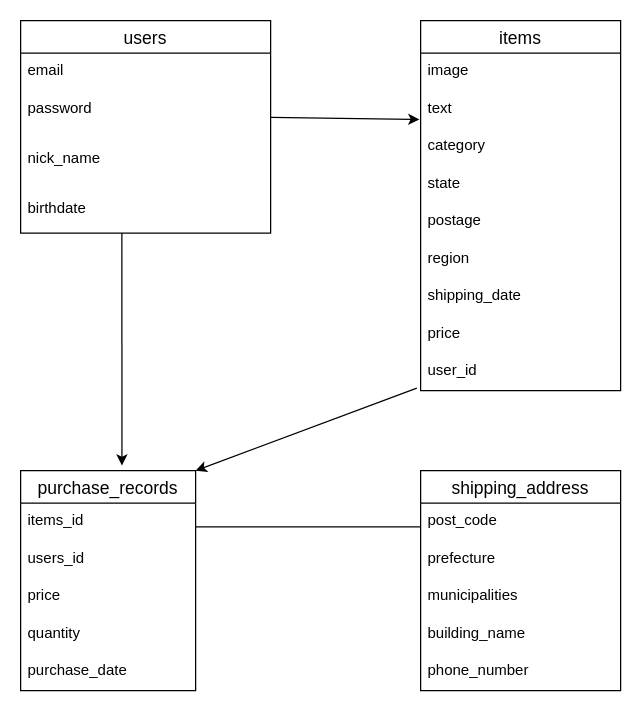
Earlier version of the draw.io diagram furima.dio (hiroki0602/furima-37865). Source tidied: cells renumbered, new cells numbered last; positions are measured from the earlier drawing's top-left corner, leaving out a move shared by most shapes. Both pictures are drawn from the tidied source at 125%, with x=0, y=0 at pixel (20, 20).
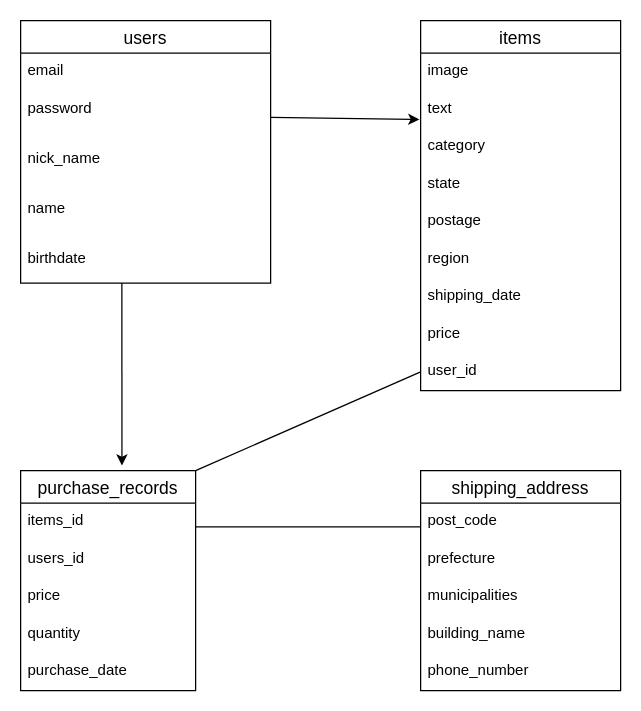
Above is the later version.

Unchanged cells that the change refers to:
```xml
<mxCell id="16" value="user_id&#10;" style="text;strokeColor=none;fillColor=none;spacingLeft=4;spacingRight=4;overflow=hidden;points=[[0,0.5],[1,0.5]];portConstraint=eastwest;fontSize=12;" parent="7" vertex="1">
  <mxGeometry y="266" width="160" height="30" as="geometry" />
</mxCell>
<mxCell id="17" value="purchase_records" style="swimlane;fontStyle=0;horizontal=1;startSize=26;align=center;fontSize=14;" parent="1" vertex="1">
  <mxGeometry y="360" width="140" height="176" as="geometry" />
</mxCell>
```

Diff of the diagram source:
```diff
@@
     <mxCell id="2" value="users" style="swimlane;fontStyle=0;horizontal=1;startSize=26;align=center;fontSize=14;" parent="1" vertex="1">
-      <mxGeometry width="200" height="170" as="geometry" />
+      <mxGeometry width="200" height="210" as="geometry" />
     </mxCell>
@@
+    <mxCell id="33" value="name" style="text;strokeColor=none;fillColor=none;spacingLeft=4;spacingRight=4;overflow=hidden;fontSize=12;" parent="2" vertex="1">
+      <mxGeometry y="136" width="200" height="40" as="geometry" />
+    </mxCell>
     <mxCell id="6" value="birthdate" style="text;strokeColor=none;fillColor=none;spacingLeft=4;spacingRight=4;overflow=hidden;points=[[0,0.5],[1,0.5]];portConstraint=eastwest;fontSize=12;" parent="2" vertex="1">
-      <mxGeometry y="136" width="200" height="34" as="geometry" />
+      <mxGeometry y="176" width="200" height="34" as="geometry" />
     </mxCell>
@@
+    <mxCell id="32" style="edgeStyle=none;html=1;exitX=0.405;exitY=1;exitDx=0;exitDy=0;entryX=0.579;entryY=-0.023;entryDx=0;entryDy=0;entryPerimeter=0;exitPerimeter=0;" parent="1" edge="1" source="6" target="17">
+      <mxGeometry relative="1" as="geometry" />
+    </mxCell>
-    <mxCell id="31" style="edgeStyle=none;html=1;exitX=-0.019;exitY=0.933;exitDx=0;exitDy=0;entryX=1;entryY=0;entryDx=0;entryDy=0;exitPerimeter=0;" parent="1" edge="1" source="16" target="17">
+    <mxCell id="31" style="edgeStyle=none;html=1;exitX=0;exitY=0.5;exitDx=0;exitDy=0;entryX=1;entryY=0;entryDx=0;entryDy=0;endArrow=none;endFill=0;" parent="1" edge="1" source="16" target="17">
       <mxGeometry relative="1" as="geometry" />
     </mxCell>
-    <mxCell id="32" style="edgeStyle=none;html=1;exitX=0.405;exitY=1;exitDx=0;exitDy=0;entryX=0.579;entryY=-0.023;entryDx=0;entryDy=0;entryPerimeter=0;exitPerimeter=0;" parent="1" edge="1" source="6" target="17">
-      <mxGeometry relative="1" as="geometry" />
-    </mxCell>
```
